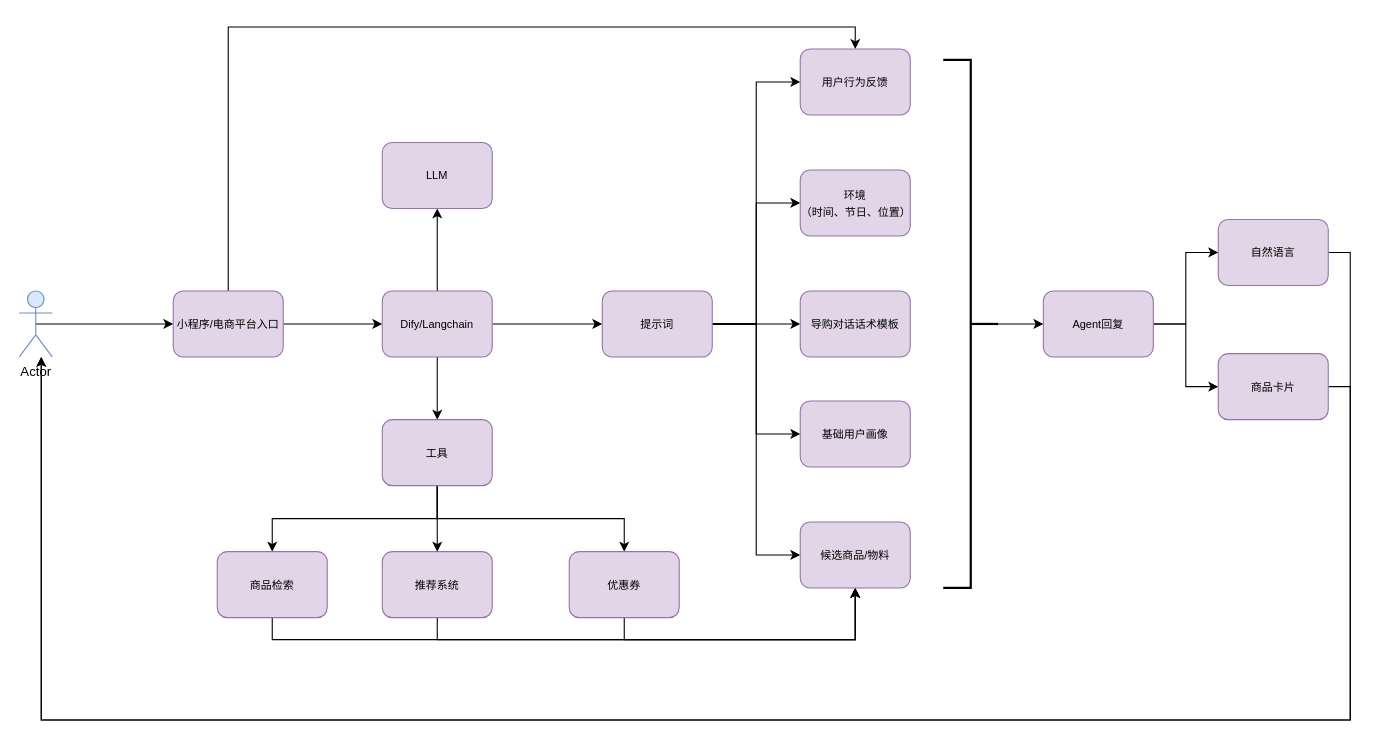
Above: engineering/架构设计/省钱小能手-智能导购系统流程.drawio in Wanke15/wanke15.github.io (draw.io), before the change. Source tidied: cells renumbered, new cells numbered last; positions are measured from the earlier drawing's top-left corner, leaving out a move shared by most shapes. Both pictures are drawn from the tidied source at 110%, with x=0, y=0 at pixel (19, 48).
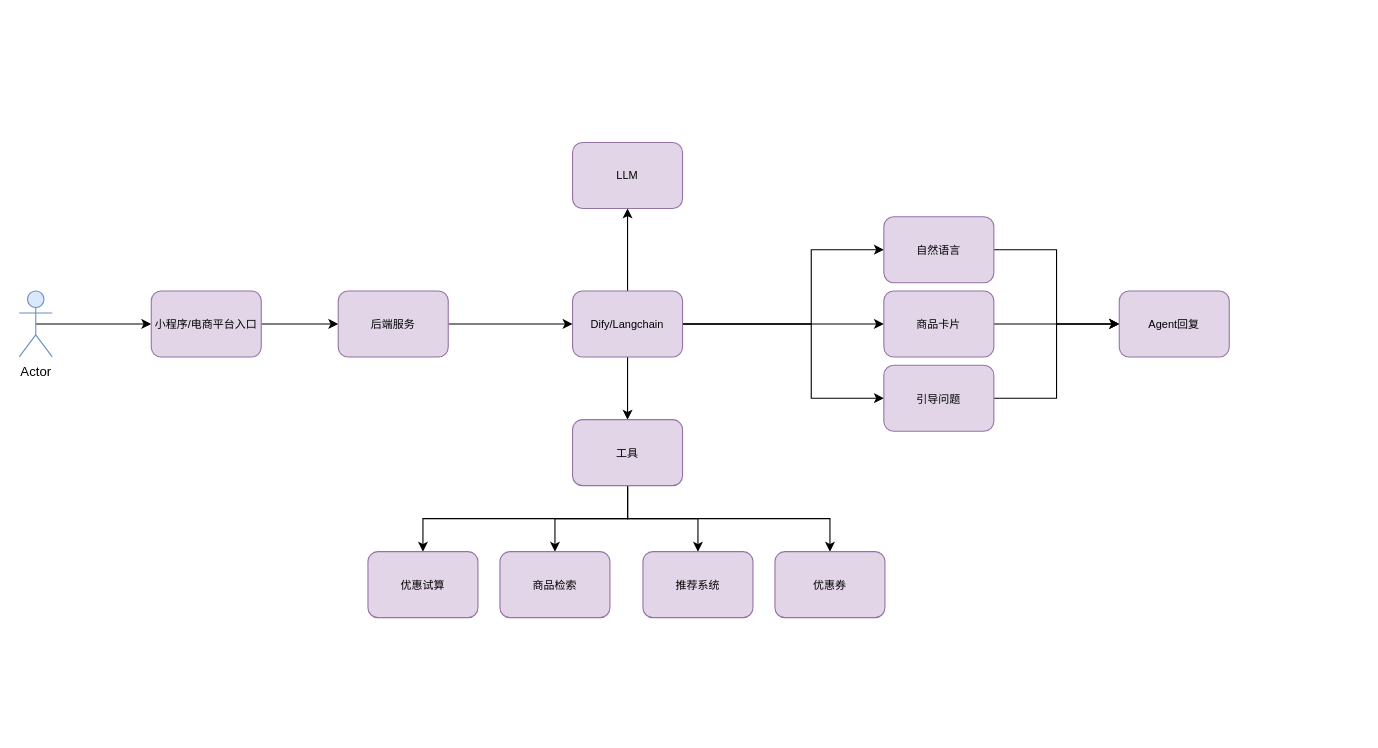
The same page after the edit.

Commit message:
更新省钱小能手-智能导购系统流程.drawio

Unchanged cells that the change refers to:
```xml
<mxCell id="3" value="Actor" style="shape=umlActor;verticalLabelPosition=bottom;verticalAlign=top;html=1;outlineConnect=0;fillColor=#dae8fc;strokeColor=#6c8ebf;gradientColor=none;fontSize=12;" parent="1" vertex="1">
  <mxGeometry y="220" width="30" height="60" as="geometry" />
</mxCell>
```

Change to the diagram source:
```diff
@@
-    <mxCell id="4" style="edgeStyle=orthogonalEdgeStyle;rounded=0;jettySize=auto;html=1;exitX=0.5;exitY=0;exitDx=0;exitDy=0;entryX=0.5;entryY=0;entryDx=0;entryDy=0;" parent="1" edge="1" source="6" target="28">
-      <mxGeometry relative="1" as="geometry" />
-    </mxCell>
-    <mxCell id="5" style="edgeStyle=orthogonalEdgeStyle;rounded=0;jettySize=auto;html=1;exitX=1;exitY=0.5;exitDx=0;exitDy=0;entryX=0;entryY=0.5;entryDx=0;entryDy=0;" parent="1" edge="1" source="6" target="10">
+    <mxCell id="5" style="edgeStyle=orthogonalEdgeStyle;rounded=0;jettySize=auto;html=1;exitX=1;exitY=0.5;exitDx=0;exitDy=0;entryX=0;entryY=0.5;entryDx=0;entryDy=0;" parent="1" edge="1" source="48" target="10">
       <mxGeometry relative="1" as="geometry" />
     </mxCell>
+    <mxCell id="42" style="edgeStyle=orthogonalEdgeStyle;rounded=0;jettySize=auto;html=1;exitX=1;exitY=0.5;exitDx=0;exitDy=0;entryX=0;entryY=0.5;entryDx=0;entryDy=0;" parent="1" edge="1" source="6" target="48">
+      <mxGeometry relative="1" as="geometry" />
+    </mxCell>
     <mxCell id="6" value="&lt;font style=&quot;font-size: 10px;&quot;&gt;小程序/电商平台入口&lt;/font&gt;" style="rounded=1;whiteSpace=wrap;html=1;fillColor=#e1d5e7;strokeColor=#9673a6;" parent="1" vertex="1">
-      <mxGeometry x="140" y="220" width="100" height="60" as="geometry" />
+      <mxGeometry x="120" y="220" width="100" height="60" as="geometry" />
     </mxCell>
@@
-    <mxCell id="8" style="edgeStyle=orthogonalEdgeStyle;rounded=0;jettySize=auto;html=1;exitX=1;exitY=0.5;exitDx=0;exitDy=0;entryX=0;entryY=0.5;entryDx=0;entryDy=0;" parent="1" edge="1" source="10" target="16">
-      <mxGeometry relative="1" as="geometry" />
+    <mxCell id="8" style="edgeStyle=orthogonalEdgeStyle;rounded=0;jettySize=auto;html=1;exitX=1;exitY=0.5;exitDx=0;exitDy=0;entryX=0;entryY=0.5;entryDx=0;entryDy=0;" parent="1" edge="1" source="10" target="39">
+      <mxGeometry relative="1" as="geometry">
+        <Array as="points">
+          <mxPoint x="720" y="250" />
+          <mxPoint x="720" y="183" />
+        </Array>
+      </mxGeometry>
     </mxCell>
@@
+    <mxCell id="43" style="edgeStyle=orthogonalEdgeStyle;rounded=0;jettySize=auto;html=1;exitX=1;exitY=0.5;exitDx=0;exitDy=0;entryX=0;entryY=0.5;entryDx=0;entryDy=0;" parent="1" edge="1" source="10" target="41">
+      <mxGeometry relative="1" as="geometry" />
+    </mxCell>
+    <mxCell id="44" style="edgeStyle=orthogonalEdgeStyle;rounded=0;jettySize=auto;html=1;exitX=1;exitY=0.5;exitDx=0;exitDy=0;entryX=0;entryY=0.5;entryDx=0;entryDy=0;" parent="1" edge="1" source="10" target="51">
+      <mxGeometry relative="1" as="geometry">
+        <Array as="points">
+          <mxPoint x="720" y="250" />
+          <mxPoint x="720" y="318" />
+        </Array>
+      </mxGeometry>
+    </mxCell>
     <mxCell id="10" value="&lt;font style=&quot;font-size: 10px;&quot;&gt;Dify/Langchain&lt;/font&gt;" style="rounded=1;whiteSpace=wrap;html=1;fillColor=#e1d5e7;strokeColor=#9673a6;" parent="1" vertex="1">
-      <mxGeometry x="330" y="220" width="100" height="60" as="geometry" />
+      <mxGeometry x="503" y="220" width="100" height="60" as="geometry" />
     </mxCell>
-    <mxCell id="11" style="edgeStyle=orthogonalEdgeStyle;rounded=0;jettySize=auto;html=1;exitX=1;exitY=0.5;exitDx=0;exitDy=0;entryX=0;entryY=0.5;entryDx=0;entryDy=0;" parent="1" edge="1" source="16" target="28">
-      <mxGeometry relative="1" as="geometry" />
-    </mxCell>
-    <mxCell id="12" style="edgeStyle=orthogonalEdgeStyle;rounded=0;jettySize=auto;html=1;exitX=1;exitY=0.5;exitDx=0;exitDy=0;entryX=0;entryY=0.5;entryDx=0;entryDy=0;" parent="1" edge="1" source="16" target="29">
-      <mxGeometry relative="1" as="geometry" />
-    </mxCell>
-    <mxCell id="13" style="edgeStyle=orthogonalEdgeStyle;rounded=0;jettySize=auto;html=1;exitX=1;exitY=0.5;exitDx=0;exitDy=0;entryX=0;entryY=0.5;entryDx=0;entryDy=0;" parent="1" edge="1" source="16" target="30">
-      <mxGeometry relative="1" as="geometry" />
-    </mxCell>
-    <mxCell id="14" style="edgeStyle=orthogonalEdgeStyle;rounded=0;jettySize=auto;html=1;exitX=1;exitY=0.5;exitDx=0;exitDy=0;entryX=0;entryY=0.5;entryDx=0;entryDy=0;" parent="1" edge="1" source="16" target="31">
-      <mxGeometry relative="1" as="geometry" />
-    </mxCell>
-    <mxCell id="15" style="edgeStyle=orthogonalEdgeStyle;rounded=0;jettySize=auto;html=1;exitX=1;exitY=0.5;exitDx=0;exitDy=0;entryX=0;entryY=0.5;entryDx=0;entryDy=0;" parent="1" edge="1" source="16" target="32">
-      <mxGeometry relative="1" as="geometry" />
-    </mxCell>
-    <mxCell id="16" value="&lt;font style=&quot;font-size: 10px;&quot;&gt;提示词&lt;/font&gt;" style="rounded=1;whiteSpace=wrap;html=1;fillColor=#e1d5e7;strokeColor=#9673a6;" parent="1" vertex="1">
-      <mxGeometry x="530" y="220" width="100" height="60" as="geometry" />
-    </mxCell>
     <mxCell id="17" value="&lt;font style=&quot;font-size: 10px;&quot;&gt;LLM&lt;/font&gt;" style="rounded=1;whiteSpace=wrap;html=1;fillColor=#e1d5e7;strokeColor=#9673a6;" parent="1" vertex="1">
-      <mxGeometry x="330" y="85" width="100" height="60" as="geometry" />
+      <mxGeometry x="503" y="85" width="100" height="60" as="geometry" />
     </mxCell>
@@
+    <mxCell id="45" style="edgeStyle=orthogonalEdgeStyle;rounded=0;jettySize=auto;html=1;exitX=0.5;exitY=1;exitDx=0;exitDy=0;entryX=0.5;entryY=0;entryDx=0;entryDy=0;" parent="1" edge="1" source="21" target="49">
+      <mxGeometry relative="1" as="geometry" />
+    </mxCell>
     <mxCell id="21" value="&lt;font style=&quot;font-size: 10px;&quot;&gt;工具&lt;/font&gt;" style="rounded=1;whiteSpace=wrap;html=1;fillColor=#e1d5e7;strokeColor=#9673a6;" parent="1" vertex="1">
-      <mxGeometry x="330" y="337" width="100" height="60" as="geometry" />
+      <mxGeometry x="503" y="337" width="100" height="60" as="geometry" />
     </mxCell>
-    <mxCell id="22" style="edgeStyle=orthogonalEdgeStyle;rounded=0;jettySize=auto;html=1;exitX=0.5;exitY=1;exitDx=0;exitDy=0;entryX=0.5;entryY=1;entryDx=0;entryDy=0;" parent="1" edge="1" source="23" target="32">
-      <mxGeometry relative="1" as="geometry" />
-    </mxCell>
-    <mxCell id="23" value="&lt;font style=&quot;font-size: 10px;&quot;&gt;商品检索&lt;/font&gt;" style="rounded=1;whiteSpace=wrap;html=1;fillColor=#e1d5e7;strokeColor=#9673a6;" parent="1" vertex="1">
-      <mxGeometry x="180" y="457" width="100" height="60" as="geometry" />
+    <mxCell id="23" value="&lt;font style=&quot;font-size: 10px;&quot;&gt;优惠试算&lt;/font&gt;" style="rounded=1;whiteSpace=wrap;html=1;fillColor=#e1d5e7;strokeColor=#9673a6;" parent="1" vertex="1">
+      <mxGeometry x="317" y="457" width="100" height="60" as="geometry" />
     </mxCell>
-    <mxCell id="24" style="edgeStyle=orthogonalEdgeStyle;rounded=0;jettySize=auto;html=1;exitX=0.5;exitY=1;exitDx=0;exitDy=0;entryX=0.5;entryY=1;entryDx=0;entryDy=0;" parent="1" edge="1" source="25" target="32">
-      <mxGeometry relative="1" as="geometry" />
-    </mxCell>
-    <mxCell id="25" value="&lt;span style=&quot;font-size: 10px;&quot;&gt;推荐系统&lt;/span&gt;" style="rounded=1;whiteSpace=wrap;html=1;fillColor=#e1d5e7;strokeColor=#9673a6;" parent="1" vertex="1">
-      <mxGeometry x="330" y="457" width="100" height="60" as="geometry" />
+    <mxCell id="25" value="&lt;span style=&quot;font-size: 10px;&quot;&gt;商品检索&lt;/span&gt;" style="rounded=1;whiteSpace=wrap;html=1;fillColor=#e1d5e7;strokeColor=#9673a6;" parent="1" vertex="1">
+      <mxGeometry x="437" y="457" width="100" height="60" as="geometry" />
     </mxCell>
-    <mxCell id="26" style="edgeStyle=orthogonalEdgeStyle;rounded=0;jettySize=auto;html=1;exitX=0.5;exitY=1;exitDx=0;exitDy=0;entryX=0.5;entryY=1;entryDx=0;entryDy=0;" parent="1" edge="1" source="27" target="32">
-      <mxGeometry relative="1" as="geometry" />
-    </mxCell>
     <mxCell id="27" value="&lt;font style=&quot;font-size: 10px;&quot;&gt;优惠券&lt;/font&gt;" style="rounded=1;whiteSpace=wrap;html=1;fillColor=#e1d5e7;strokeColor=#9673a6;" parent="1" vertex="1">
-      <mxGeometry x="500" y="457" width="100" height="60" as="geometry" />
+      <mxGeometry x="687" y="457" width="100" height="60" as="geometry" />
     </mxCell>
-    <mxCell id="28" value="&lt;span style=&quot;font-size: 10px;&quot;&gt;用户行为反馈&lt;/span&gt;" style="rounded=1;whiteSpace=wrap;html=1;fillColor=#e1d5e7;strokeColor=#9673a6;" parent="1" vertex="1">
-      <mxGeometry x="710" width="100" height="60" as="geometry" />
-    </mxCell>
-    <mxCell id="29" value="&lt;font style=&quot;font-size: 10px;&quot;&gt;环境&lt;/font&gt;&lt;div&gt;&lt;font style=&quot;font-size: 10px;&quot;&gt;（时间、节日、位置）&lt;/font&gt;&lt;/div&gt;" style="rounded=1;whiteSpace=wrap;html=1;fillColor=#e1d5e7;strokeColor=#9673a6;" parent="1" vertex="1">
-      <mxGeometry x="710" y="110" width="100" height="60" as="geometry" />
-    </mxCell>
-    <mxCell id="30" value="&lt;font style=&quot;font-size: 10px;&quot;&gt;导购对话话术模板&lt;/font&gt;" style="rounded=1;whiteSpace=wrap;html=1;fillColor=#e1d5e7;strokeColor=#9673a6;" parent="1" vertex="1">
-      <mxGeometry x="710" y="220" width="100" height="60" as="geometry" />
-    </mxCell>
-    <mxCell id="31" value="&lt;font style=&quot;font-size: 10px;&quot;&gt;基础用户画像&lt;/font&gt;" style="rounded=1;whiteSpace=wrap;html=1;fillColor=#e1d5e7;strokeColor=#9673a6;" parent="1" vertex="1">
-      <mxGeometry x="710" y="320" width="100" height="60" as="geometry" />
-    </mxCell>
-    <mxCell id="32" value="&lt;font style=&quot;font-size: 10px;&quot;&gt;候选商品/物料&lt;/font&gt;" style="rounded=1;whiteSpace=wrap;html=1;fillColor=#e1d5e7;strokeColor=#9673a6;" parent="1" vertex="1">
-      <mxGeometry x="710" y="430" width="100" height="60" as="geometry" />
-    </mxCell>
-    <mxCell id="33" style="edgeStyle=orthogonalEdgeStyle;rounded=0;jettySize=auto;html=1;exitX=1;exitY=0.5;exitDx=0;exitDy=0;entryX=0;entryY=0.5;entryDx=0;entryDy=0;" parent="1" edge="1" source="35" target="39">
-      <mxGeometry relative="1" as="geometry" />
-    </mxCell>
-    <mxCell id="34" style="edgeStyle=orthogonalEdgeStyle;rounded=0;jettySize=auto;html=1;exitX=1;exitY=0.5;exitDx=0;exitDy=0;entryX=0;entryY=0.5;entryDx=0;entryDy=0;" parent="1" edge="1" source="35" target="41">
-      <mxGeometry relative="1" as="geometry" />
-    </mxCell>
+    <mxCell id="46" style="edgeStyle=orthogonalEdgeStyle;rounded=0;jettySize=auto;html=1;exitX=1;exitY=0.5;exitDx=0;exitDy=0;entryX=0;entryY=0.5;entryDx=0;entryDy=0;" parent="1" edge="1" source="39" target="35">
+      <mxGeometry relative="1" as="geometry" />
+    </mxCell>
+    <mxCell id="39" value="&lt;font style=&quot;font-size: 10px;&quot;&gt;自然语言&lt;/font&gt;" style="rounded=1;whiteSpace=wrap;html=1;fillColor=#e1d5e7;strokeColor=#9673a6;" parent="1" vertex="1">
+      <mxGeometry x="786" y="152.5" width="100" height="60" as="geometry" />
+    </mxCell>
+    <mxCell id="47" style="edgeStyle=orthogonalEdgeStyle;rounded=0;jettySize=auto;html=1;exitX=1;exitY=0.5;exitDx=0;exitDy=0;entryX=0;entryY=0.5;entryDx=0;entryDy=0;" parent="1" edge="1" source="41" target="35">
+      <mxGeometry relative="1" as="geometry" />
+    </mxCell>
+    <mxCell id="41" value="&lt;font style=&quot;font-size: 10px;&quot;&gt;商品卡片&lt;/font&gt;" style="rounded=1;whiteSpace=wrap;html=1;fillColor=#e1d5e7;strokeColor=#9673a6;" parent="1" vertex="1">
+      <mxGeometry x="786" y="220" width="100" height="60" as="geometry" />
+    </mxCell>
+    <mxCell id="48" value="&lt;span style=&quot;font-size: 10px;&quot;&gt;后端服务&lt;/span&gt;" style="rounded=1;whiteSpace=wrap;html=1;fillColor=#e1d5e7;strokeColor=#9673a6;" parent="1" vertex="1">
+      <mxGeometry x="290" y="220" width="100" height="60" as="geometry" />
+    </mxCell>
+    <mxCell id="49" value="&lt;span style=&quot;font-size: 10px;&quot;&gt;推荐系统&lt;/span&gt;" style="rounded=1;whiteSpace=wrap;html=1;fillColor=#e1d5e7;strokeColor=#9673a6;" parent="1" vertex="1">
+      <mxGeometry x="567" y="457" width="100" height="60" as="geometry" />
+    </mxCell>
+    <mxCell id="50" style="edgeStyle=orthogonalEdgeStyle;rounded=0;jettySize=auto;html=1;exitX=1;exitY=0.5;exitDx=0;exitDy=0;entryX=0;entryY=0.5;entryDx=0;entryDy=0;" parent="1" edge="1" source="51" target="35">
+      <mxGeometry relative="1" as="geometry" />
+    </mxCell>
+    <mxCell id="51" value="&lt;span style=&quot;font-size: 10px;&quot;&gt;引导问题&lt;/span&gt;" style="rounded=1;whiteSpace=wrap;html=1;fillColor=#e1d5e7;strokeColor=#9673a6;" parent="1" vertex="1">
+      <mxGeometry x="786" y="287.5" width="100" height="60" as="geometry" />
+    </mxCell>
     <mxCell id="35" value="&lt;font style=&quot;font-size: 10px;&quot;&gt;Agent回复&lt;/font&gt;" style="rounded=1;whiteSpace=wrap;html=1;fillColor=#e1d5e7;strokeColor=#9673a6;" parent="1" vertex="1">
-      <mxGeometry x="931" y="220" width="100" height="60" as="geometry" />
+      <mxGeometry x="1000" y="220" width="100" height="60" as="geometry" />
     </mxCell>
-    <mxCell id="36" style="edgeStyle=orthogonalEdgeStyle;rounded=0;jettySize=auto;html=1;exitX=0;exitY=0.5;exitDx=0;exitDy=0;exitPerimeter=0;entryX=0;entryY=0.5;entryDx=0;entryDy=0;" parent="1" edge="1" source="37" target="35">
-      <mxGeometry relative="1" as="geometry" />
-    </mxCell>
-    <mxCell id="37" style="strokeWidth=2;html=1;shape=mxgraph.flowchart.annotation_2;align=left;labelPosition=right;direction=west;" parent="1" vertex="1">
-      <mxGeometry x="840" y="10" width="50" height="480" as="geometry" />
-    </mxCell>
-    <mxCell id="38" style="edgeStyle=orthogonalEdgeStyle;rounded=0;jettySize=auto;html=1;exitX=1;exitY=0.5;exitDx=0;exitDy=0;" parent="1" edge="1" source="39" target="3">
-      <mxGeometry relative="1" as="geometry">
-        <Array as="points">
-          <mxPoint x="1210" y="185" />
-          <mxPoint x="1210" y="610" />
-          <mxPoint x="20" y="610" />
-        </Array>
-      </mxGeometry>
-    </mxCell>
-    <mxCell id="39" value="&lt;font style=&quot;font-size: 10px;&quot;&gt;自然语言&lt;/font&gt;" style="rounded=1;whiteSpace=wrap;html=1;fillColor=#e1d5e7;strokeColor=#9673a6;" parent="1" vertex="1">
-      <mxGeometry x="1090" y="155" width="100" height="60" as="geometry" />
-    </mxCell>
-    <mxCell id="40" style="edgeStyle=orthogonalEdgeStyle;rounded=0;jettySize=auto;html=1;exitX=1;exitY=0.5;exitDx=0;exitDy=0;" parent="1" edge="1" source="41">
-      <mxGeometry relative="1" as="geometry">
-        <mxPoint x="20" y="280" as="targetPoint" />
-        <Array as="points">
-          <mxPoint x="1210" y="307" />
-          <mxPoint x="1210" y="610" />
-          <mxPoint x="20" y="610" />
-        </Array>
-      </mxGeometry>
-    </mxCell>
-    <mxCell id="41" value="&lt;font style=&quot;font-size: 10px;&quot;&gt;商品卡片&lt;/font&gt;" style="rounded=1;whiteSpace=wrap;html=1;fillColor=#e1d5e7;strokeColor=#9673a6;" parent="1" vertex="1">
-      <mxGeometry x="1090" y="277" width="100" height="60" as="geometry" />
-    </mxCell>
```
